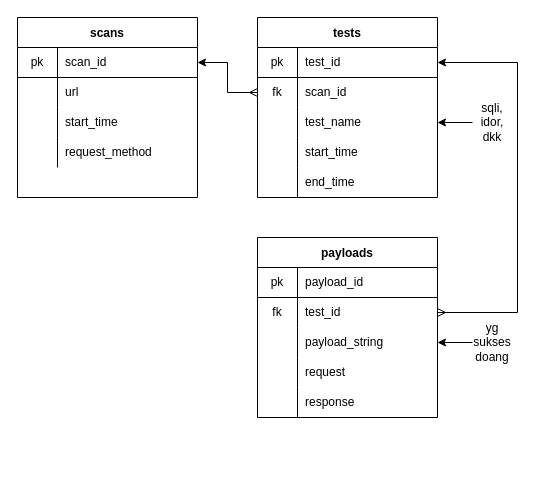
Earlier version of the draw.io diagram docs/db.drawio (kevindoubleu/APISploit). Source tidied: cells renumbered, new cells numbered last; positions are measured from the earlier drawing's top-left corner, leaving out a move shared by most shapes. Both pictures are drawn from the tidied source at 100%, with x=0, y=0 at pixel (17, 17).
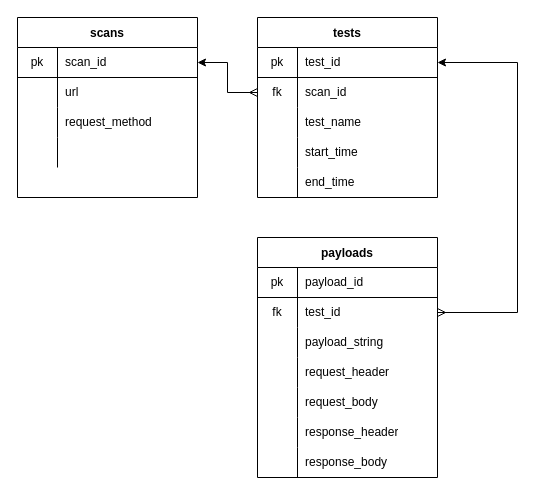
After the change.

Unchanged cells that the change refers to:
```xml
<mxCell id="9" style="shape=partialRectangle;html=1;whiteSpace=wrap;fillColor=none;top=0;left=0;bottom=0;right=0;" parent="2" vertex="1">
  <mxGeometry y="90" width="180" height="30" as="geometry" />
</mxCell>
<mxCell id="12" style="shape=partialRectangle;html=1;whiteSpace=wrap;fillColor=none;top=0;left=0;bottom=0;right=0;" parent="2" vertex="1">
  <mxGeometry y="120" width="180" height="30" as="geometry" />
</mxCell>
<mxCell id="22" style="shape=partialRectangle;html=1;whiteSpace=wrap;fillColor=none;top=0;left=0;bottom=0;right=0;points=[[0,0.5],[1,0.5]];portConstraint=eastwest;" parent="15" vertex="1">
  <mxGeometry y="90" width="180" height="30" as="geometry" />
</mxCell>
<mxCell id="38" style="shape=partialRectangle;html=1;whiteSpace=wrap;fillColor=none;top=0;left=0;bottom=0;right=0;points=[[0,0.5],[1,0.5]];portConstraint=eastwest;" parent="31" vertex="1">
  <mxGeometry y="90" width="180" height="30" as="geometry" />
</mxCell>
<mxCell id="41" style="shape=partialRectangle;html=1;whiteSpace=wrap;fillColor=none;top=0;left=0;bottom=0;right=0;" parent="31" vertex="1">
  <mxGeometry y="120" width="180" height="30" as="geometry" />
</mxCell>
```

What changed in the source:
```diff
@@
-    <mxCell id="11" value="start_time" style="shape=partialRectangle;html=1;whiteSpace=wrap;fillColor=none;top=0;left=0;bottom=0;right=0;align=left;spacingLeft=6;overflow=hidden;" parent="9" vertex="1">
+    <mxCell id="11" value="request_method" style="shape=partialRectangle;html=1;whiteSpace=wrap;fillColor=none;top=0;left=0;bottom=0;right=0;align=left;spacingLeft=6;overflow=hidden;" parent="9" vertex="1">
       <mxGeometry x="40" width="140" height="30" as="geometry" />
     </mxCell>
@@
-    <mxCell id="14" value="request_method" style="shape=partialRectangle;html=1;whiteSpace=wrap;fillColor=none;top=0;left=0;bottom=0;right=0;align=left;spacingLeft=6;overflow=hidden;" parent="12" vertex="1">
+    <mxCell id="14" style="shape=partialRectangle;html=1;whiteSpace=wrap;fillColor=none;top=0;left=0;bottom=0;right=0;align=left;spacingLeft=6;overflow=hidden;" parent="12" vertex="1">
       <mxGeometry x="40" width="140" height="30" as="geometry" />
     </mxCell>
@@
     <mxCell id="31" value="payloads" style="shape=table;startSize=30;childLayout=tableLayout;rowLines=0;fontStyle=1;align=center;" parent="1" vertex="1">
-      <mxGeometry x="240" y="220" width="180" height="180" as="geometry" />
+      <mxGeometry x="240" y="220" width="180" height="240" as="geometry" />
     </mxCell>
@@
-    <mxCell id="43" value="&lt;div&gt;request&lt;/div&gt;" style="shape=partialRectangle;html=1;whiteSpace=wrap;fillColor=none;top=0;left=0;bottom=0;right=0;align=left;spacingLeft=6;overflow=hidden;" parent="41" vertex="1">
+    <mxCell id="43" value="&lt;div&gt;request_header&lt;/div&gt;" style="shape=partialRectangle;html=1;whiteSpace=wrap;fillColor=none;top=0;left=0;bottom=0;right=0;align=left;spacingLeft=6;overflow=hidden;" parent="41" vertex="1">
       <mxGeometry x="40" width="140" height="30" as="geometry" />
     </mxCell>
+    <mxCell id="54" style="shape=partialRectangle;html=1;whiteSpace=wrap;fillColor=none;top=0;left=0;bottom=0;right=0;" parent="31" vertex="1">
+      <mxGeometry y="150" width="180" height="30" as="geometry" />
+    </mxCell>
+    <mxCell id="55" style="shape=partialRectangle;html=1;whiteSpace=wrap;fillColor=none;top=0;left=0;bottom=0;right=0;overflow=hidden;" parent="54" vertex="1">
+      <mxGeometry width="40" height="30" as="geometry" />
+    </mxCell>
+    <mxCell id="56" value="request_body" style="shape=partialRectangle;html=1;whiteSpace=wrap;fillColor=none;top=0;left=0;bottom=0;right=0;align=left;spacingLeft=6;overflow=hidden;" parent="54" vertex="1">
+      <mxGeometry x="40" width="140" height="30" as="geometry" />
+    </mxCell>
+    <mxCell id="57" style="shape=partialRectangle;html=1;whiteSpace=wrap;fillColor=none;top=0;left=0;bottom=0;right=0;" parent="31" vertex="1">
+      <mxGeometry y="180" width="180" height="30" as="geometry" />
+    </mxCell>
+    <mxCell id="58" style="shape=partialRectangle;html=1;whiteSpace=wrap;fillColor=none;top=0;left=0;bottom=0;right=0;overflow=hidden;" parent="57" vertex="1">
+      <mxGeometry width="40" height="30" as="geometry" />
+    </mxCell>
+    <mxCell id="59" value="response_header" style="shape=partialRectangle;html=1;whiteSpace=wrap;fillColor=none;top=0;left=0;bottom=0;right=0;align=left;spacingLeft=6;overflow=hidden;" parent="57" vertex="1">
+      <mxGeometry x="40" width="140" height="30" as="geometry" />
+    </mxCell>
     <mxCell id="44" style="shape=partialRectangle;html=1;whiteSpace=wrap;fillColor=none;top=0;left=0;bottom=0;right=0;" parent="31" vertex="1">
-      <mxGeometry y="150" width="180" height="30" as="geometry" />
+      <mxGeometry y="210" width="180" height="30" as="geometry" />
     </mxCell>
@@
-    <mxCell id="46" value="response" style="shape=partialRectangle;html=1;whiteSpace=wrap;fillColor=none;top=0;left=0;bottom=0;right=0;align=left;spacingLeft=6;overflow=hidden;" parent="44" vertex="1">
+    <mxCell id="46" value="response_body" style="shape=partialRectangle;html=1;whiteSpace=wrap;fillColor=none;top=0;left=0;bottom=0;right=0;align=left;spacingLeft=6;overflow=hidden;" parent="44" vertex="1">
       <mxGeometry x="40" width="140" height="30" as="geometry" />
     </mxCell>
@@
-    <mxCell id="48" style="edgeStyle=orthogonalEdgeStyle;rounded=0;jettySize=auto;html=1;entryX=1;entryY=0.5;entryDx=0;entryDy=0;" parent="1" edge="1" source="49" target="38">
-      <mxGeometry relative="1" as="geometry" />
-    </mxCell>
-    <mxCell id="49" value="yg sukses doang" style="text;html=1;strokeColor=none;fillColor=none;align=center;verticalAlign=middle;whiteSpace=wrap;rounded=0;" parent="1" vertex="1">
-      <mxGeometry x="455" y="315" width="40" height="20" as="geometry" />
-    </mxCell>
@@
-    <mxCell id="51" style="edgeStyle=orthogonalEdgeStyle;rounded=0;jettySize=auto;html=1;entryX=1;entryY=0.5;entryDx=0;entryDy=0;" parent="1" edge="1" source="52" target="22">
-      <mxGeometry relative="1" as="geometry" />
-    </mxCell>
-    <mxCell id="52" value="sqli, idor, dkk" style="text;html=1;strokeColor=none;fillColor=none;align=center;verticalAlign=middle;whiteSpace=wrap;rounded=0;" parent="1" vertex="1">
-      <mxGeometry x="455" y="95" width="40" height="20" as="geometry" />
-    </mxCell>
```
